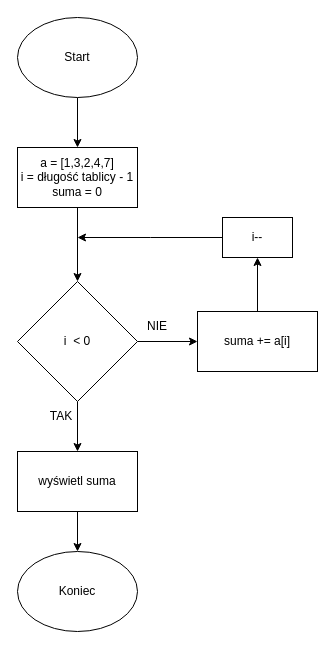
This is Suma-elementow-tablicy.drawio from Pazzurro/algorytmy, a draw.io file, before an edit. Source tidied: cells renumbered, new cells numbered last; positions are measured from the earlier drawing's top-left corner, leaving out a move shared by most shapes. Both pictures are drawn from the tidied source at 100%, with x=0, y=0 at pixel (17, 17).
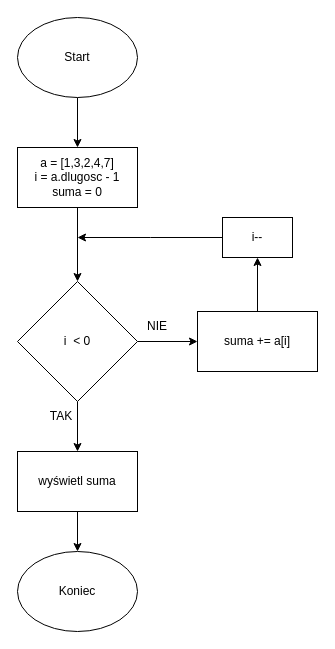
Above is the later version.

Diff of the diagram source:
```diff
@@
 <mxGraphModel>
   <root>
     <mxCell id="0" />
     <mxCell id="1" parent="0" />
     <mxCell id="2" style="edgeStyle=orthogonalEdgeStyle;rounded=0;jettySize=auto;html=1;entryX=0.5;entryY=0;entryDx=0;entryDy=0;" parent="1" edge="1" source="3" target="5">
       <mxGeometry relative="1" as="geometry" />
     </mxCell>
     <mxCell id="3" value="Start" style="ellipse;whiteSpace=wrap;html=1;" parent="1" vertex="1">
       <mxGeometry width="120" height="80" as="geometry" />
     </mxCell>
     <mxCell id="4" style="edgeStyle=orthogonalEdgeStyle;rounded=0;jettySize=auto;html=1;entryX=0.5;entryY=0;entryDx=0;entryDy=0;" parent="1" edge="1" source="5" target="8">
       <mxGeometry relative="1" as="geometry" />
     </mxCell>
-    <mxCell id="5" value="a = [1,3,2,4,7]&lt;br&gt;i = długość tablicy - 1&lt;br&gt;suma = 0" style="rounded=0;whiteSpace=wrap;html=1;" parent="1" vertex="1">
+    <mxCell id="5" value="a = [1,3,2,4,7]&lt;br&gt;i = a.dlugosc - 1&lt;br&gt;suma = 0" style="rounded=0;whiteSpace=wrap;html=1;" parent="1" vertex="1">
       <mxGeometry y="130" width="120" height="60" as="geometry" />
     </mxCell>
     <mxCell id="6" style="edgeStyle=orthogonalEdgeStyle;rounded=0;jettySize=auto;html=1;entryX=0;entryY=0.5;entryDx=0;entryDy=0;" parent="1" edge="1" source="8" target="10">
       <mxGeometry relative="1" as="geometry" />
     </mxCell>
     <mxCell id="7" style="edgeStyle=orthogonalEdgeStyle;rounded=0;jettySize=auto;html=1;entryX=0.5;entryY=0;entryDx=0;entryDy=0;" parent="1" edge="1" source="8" target="16">
       <mxGeometry relative="1" as="geometry" />
     </mxCell>
     <mxCell id="8" value="i&amp;nbsp; &amp;lt; 0" style="rhombus;whiteSpace=wrap;html=1;" parent="1" vertex="1">
       <mxGeometry y="264" width="120" height="120" as="geometry" />
     </mxCell>
     <mxCell id="9" style="edgeStyle=orthogonalEdgeStyle;rounded=0;jettySize=auto;html=1;entryX=0.5;entryY=1;entryDx=0;entryDy=0;" parent="1" edge="1" source="10" target="12">
       <mxGeometry relative="1" as="geometry" />
     </mxCell>
     <mxCell id="10" value="suma += a[i]" style="rounded=0;whiteSpace=wrap;html=1;" parent="1" vertex="1">
       <mxGeometry x="180" y="294" width="120" height="60" as="geometry" />
     </mxCell>
     <mxCell id="11" style="edgeStyle=orthogonalEdgeStyle;rounded=0;jettySize=auto;html=1;" parent="1" edge="1" source="12">
       <mxGeometry relative="1" as="geometry">
         <mxPoint x="60" y="220" as="targetPoint" />
       </mxGeometry>
     </mxCell>
     <mxCell id="12" value="i--" style="rounded=0;whiteSpace=wrap;html=1;" parent="1" vertex="1">
       <mxGeometry x="205" y="200" width="70" height="40" as="geometry" />
     </mxCell>
     <mxCell id="13" value="NIE" style="text;html=1;strokeColor=none;fillColor=none;align=center;verticalAlign=middle;whiteSpace=wrap;rounded=0;" parent="1" vertex="1">
       <mxGeometry x="110" y="294" width="60" height="30" as="geometry" />
     </mxCell>
     <mxCell id="14" value="TAK" style="text;html=1;strokeColor=none;fillColor=none;align=center;verticalAlign=middle;whiteSpace=wrap;rounded=0;" parent="1" vertex="1">
       <mxGeometry x="14" y="384" width="60" height="30" as="geometry" />
     </mxCell>
     <mxCell id="15" style="edgeStyle=orthogonalEdgeStyle;rounded=0;jettySize=auto;html=1;entryX=0.5;entryY=0;entryDx=0;entryDy=0;" parent="1" edge="1" source="16" target="17">
       <mxGeometry relative="1" as="geometry" />
     </mxCell>
     <mxCell id="16" value="wyświetl suma" style="rounded=0;whiteSpace=wrap;html=1;" parent="1" vertex="1">
       <mxGeometry y="434" width="120" height="60" as="geometry" />
     </mxCell>
     <mxCell id="17" value="Koniec" style="ellipse;whiteSpace=wrap;html=1;" parent="1" vertex="1">
       <mxGeometry y="534" width="120" height="80" as="geometry" />
     </mxCell>
   </root>
 </mxGraphModel>
```
